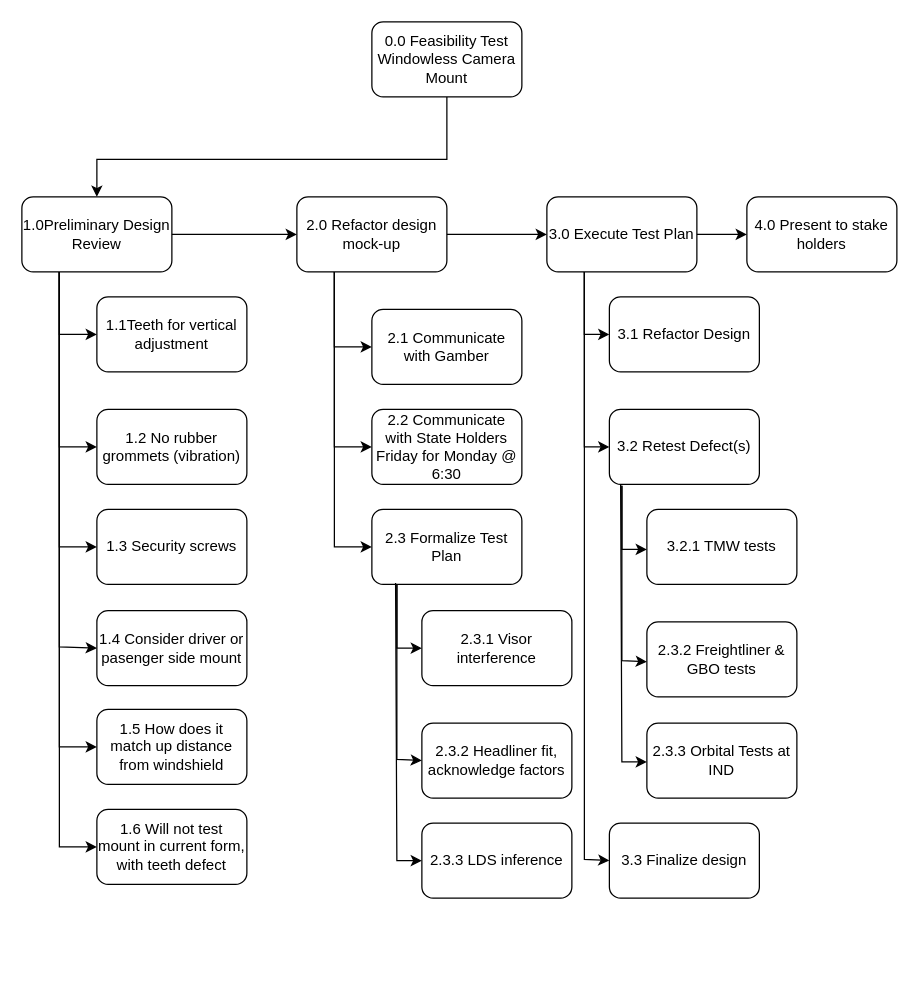
RustyTruck/plc4trucksduck keeps this draw.io diagram as WBS Window-less Lytx Camera Mount.drawio. Above is the earlier version. Source tidied: cells renumbered, new cells numbered last; positions are measured from the earlier drawing's top-left corner, leaving out a move shared by most shapes. Both pictures are drawn from the tidied source at 125%, with x=0, y=0 at pixel (21, 21).
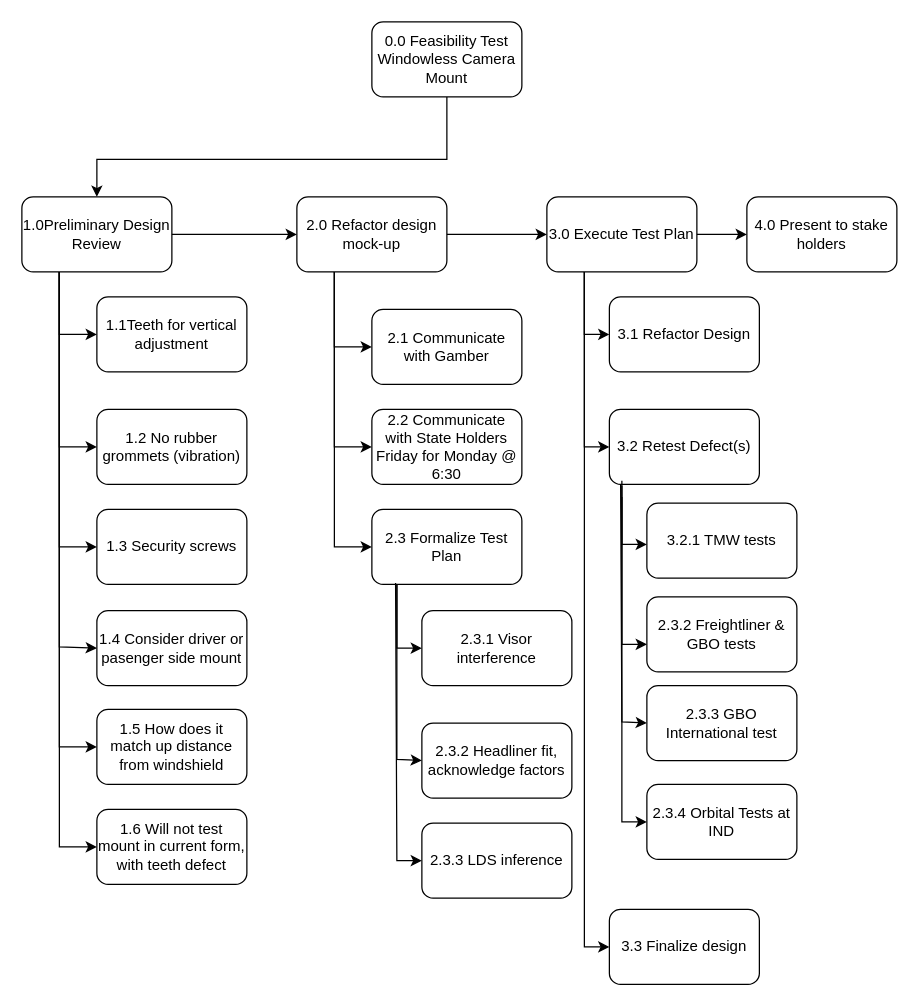
Above is the later version.

Unchanged cells that the change refers to:
```xml
<mxCell id="5" value="3.0 Execute Test Plan" style="rounded=1;whiteSpace=wrap;html=1;" parent="1" vertex="1">
  <mxGeometry x="420" y="140" width="120" height="60" as="geometry" />
</mxCell>
```

Change to the diagram source:
```diff
@@
     <mxCell id="13" value="3.3 Finalize design" style="rounded=1;whiteSpace=wrap;html=1;" parent="1" vertex="1">
-      <mxGeometry x="470" y="641" width="120" height="60" as="geometry" />
+      <mxGeometry x="470" y="710" width="120" height="60" as="geometry" />
     </mxCell>
@@
     <mxCell id="31" style="endArrow=classic;html=1;rounded=0;exitX=0.25;exitY=1;exitDx=0;exitDy=0;entryX=0;entryY=0.5;entryDx=0;entryDy=0;" parent="1" edge="1" source="5" target="13">
       <mxGeometry relative="1" as="geometry">
         <Array as="points">
-          <mxPoint x="450" y="670" />
+          <mxPoint x="450" y="740" />
         </Array>
       </mxGeometry>
     </mxCell>
@@
     <mxCell id="41" value="3.2.1 TMW tests" style="rounded=1;whiteSpace=wrap;html=1;" parent="1" vertex="1">
-      <mxGeometry x="500" y="390" width="120" height="60" as="geometry" />
+      <mxGeometry x="500" y="385" width="120" height="60" as="geometry" />
     </mxCell>
     <mxCell id="42" value="2.3.2 Freightliner &amp;amp; GBO tests" style="rounded=1;whiteSpace=wrap;html=1;" parent="1" vertex="1">
-      <mxGeometry x="500" y="480" width="120" height="60" as="geometry" />
+      <mxGeometry x="500" y="460" width="120" height="60" as="geometry" />
     </mxCell>
-    <mxCell id="43" value="2.3.3 Orbital Tests at IND" style="rounded=1;whiteSpace=wrap;html=1;" parent="1" vertex="1">
-      <mxGeometry x="500" y="561" width="120" height="60" as="geometry" />
+    <mxCell id="43" value="2.3.4 Orbital Tests at IND" style="rounded=1;whiteSpace=wrap;html=1;" parent="1" vertex="1">
+      <mxGeometry x="500" y="610" width="120" height="60" as="geometry" />
     </mxCell>
-    <mxCell id="44" style="endArrow=classic;html=1;rounded=0;entryX=0;entryY=0.5;entryDx=0;entryDy=0;" parent="1" edge="1">
+    <mxCell id="44" style="endArrow=classic;html=1;rounded=0;entryX=0;entryY=0.617;entryDx=0;entryDy=0;entryPerimeter=0;" parent="1" edge="1">
       <mxGeometry relative="1" as="geometry">
-        <mxPoint x="480" y="371" as="sourcePoint" />
-        <mxPoint x="500" y="422" as="targetPoint" />
+        <mxPoint x="480" y="367" as="sourcePoint" />
+        <mxPoint x="500" y="418" as="targetPoint" />
         <Array as="points">
-          <mxPoint x="480" y="422" />
+          <mxPoint x="480" y="418" />
         </Array>
       </mxGeometry>
     </mxCell>
-    <mxCell id="45" style="endArrow=classic;html=1;rounded=0;entryX=0;entryY=0.5;entryDx=0;entryDy=0;" parent="1" edge="1">
+    <mxCell id="45" style="endArrow=classic;html=1;rounded=0;entryX=0;entryY=0.633;entryDx=0;entryDy=0;entryPerimeter=0;" parent="1" edge="1" target="42">
       <mxGeometry relative="1" as="geometry">
         <mxPoint x="480" y="371" as="sourcePoint" />
-        <mxPoint x="500" y="512" as="targetPoint" />
         <Array as="points">
-          <mxPoint x="480" y="511" />
+          <mxPoint x="480" y="498" />
         </Array>
       </mxGeometry>
     </mxCell>
-    <mxCell id="46" style="endArrow=classic;html=1;rounded=0;entryX=0;entryY=0.5;entryDx=0;entryDy=0;exitX=0.158;exitY=0.983;exitDx=0;exitDy=0;exitPerimeter=0;" parent="1" edge="1">
+    <mxCell id="46" style="endArrow=classic;html=1;rounded=0;entryX=0;entryY=0.5;entryDx=0;entryDy=0;exitX=0.158;exitY=0.983;exitDx=0;exitDy=0;exitPerimeter=0;" parent="1" edge="1" target="47">
       <mxGeometry relative="1" as="geometry">
         <mxPoint x="479" y="370" as="sourcePoint" />
-        <mxPoint x="500" y="592" as="targetPoint" />
         <Array as="points">
-          <mxPoint x="480" y="592" />
+          <mxPoint x="480" y="560" />
         </Array>
       </mxGeometry>
     </mxCell>
+    <mxCell id="47" value="2.3.3 GBO International test" style="rounded=1;whiteSpace=wrap;html=1;" parent="1" vertex="1">
+      <mxGeometry x="500" y="531" width="120" height="60" as="geometry" />
+    </mxCell>
+    <mxCell id="48" style="endArrow=classic;html=1;rounded=0;entryX=0;entryY=0.5;entryDx=0;entryDy=0;" parent="1" edge="1" target="43">
+      <mxGeometry relative="1" as="geometry">
+        <mxPoint x="480" y="380" as="sourcePoint" />
+        <Array as="points">
+          <mxPoint x="480" y="640" />
+        </Array>
+      </mxGeometry>
+    </mxCell>
```
